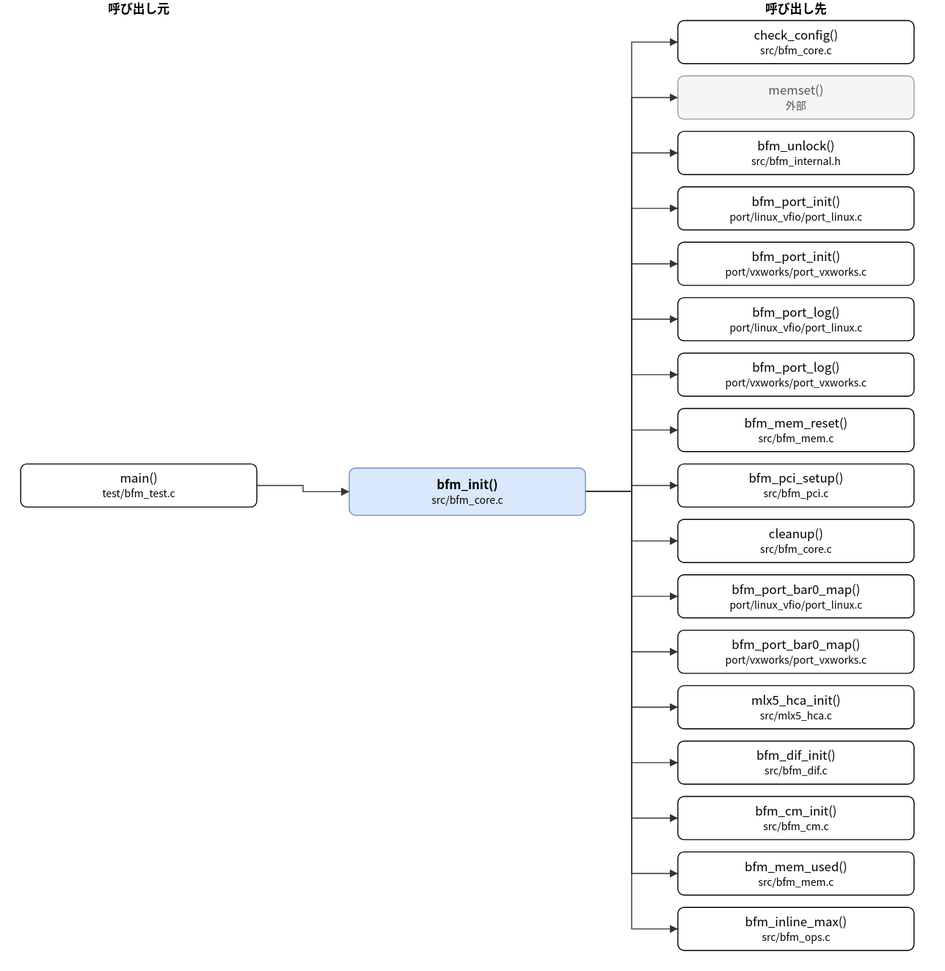
This is doc/spec/images/call_src_bfm_core-bfm_init.drawio.svg from hf355051012-ai/bfmem, a draw.io export, as it was before one commit. Source tidied: cells renumbered, new cells last; positions are measured from the earlier drawing's top-left corner, leaving out a move shared by most shapes.
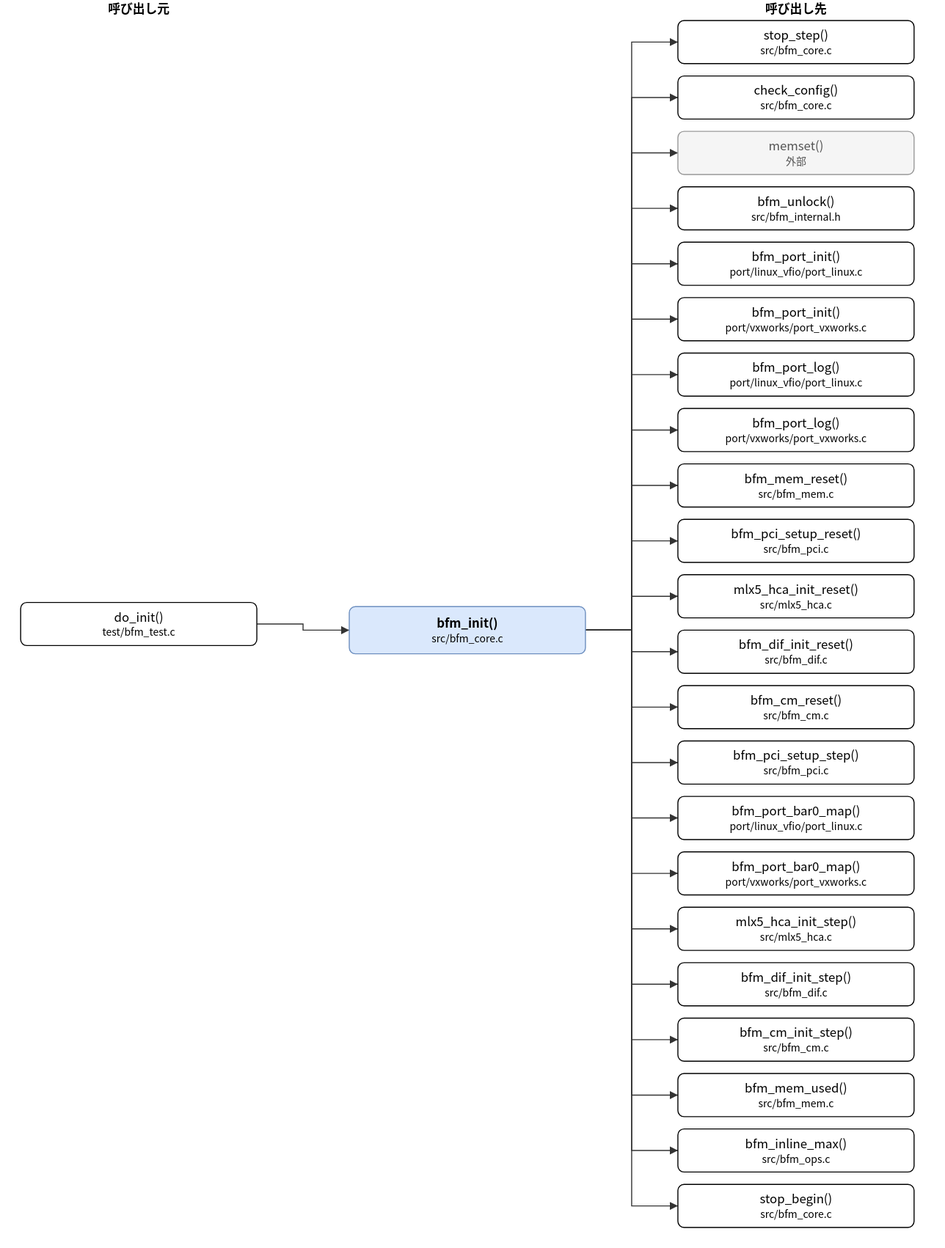
After the change.

What changed in the source:
```diff
@@ -5,58 +5,73 @@
     <mxCell id="2" value="bfm_init()&lt;br&gt;&lt;font style=&quot;font-size:10px&quot;&gt;src/bfm_core.c&lt;/font&gt;" style="rounded=1;whiteSpace=wrap;html=1;fillColor=#dae8fc;strokeColor=#6c8ebf;fontStyle=1;" parent="1" vertex="1">
-      <mxGeometry x="320" y="456" width="230" height="46" as="geometry" />
+      <mxGeometry x="320" y="591" width="230" height="46" as="geometry" />
     </mxCell>
-    <mxCell id="3" value="main()&lt;br&gt;&lt;font style=&quot;font-size:10px&quot;&gt;test/bfm_test.c&lt;/font&gt;" style="rounded=1;whiteSpace=wrap;html=1;" parent="1" vertex="1">
-      <mxGeometry y="452" width="230" height="42" as="geometry" />
+    <mxCell id="3" value="do_init()&lt;br&gt;&lt;font style=&quot;font-size:10px&quot;&gt;test/bfm_test.c&lt;/font&gt;" style="rounded=1;whiteSpace=wrap;html=1;" parent="1" vertex="1">
+      <mxGeometry y="587" width="230" height="42" as="geometry" />
     </mxCell>
-    <mxCell id="4" value="check_config()&lt;br&gt;&lt;font style=&quot;font-size:10px&quot;&gt;src/bfm_core.c&lt;/font&gt;" style="rounded=1;whiteSpace=wrap;html=1;" parent="1" vertex="1">
+    <mxCell id="4" value="stop_step()&lt;br&gt;&lt;font style=&quot;font-size:10px&quot;&gt;src/bfm_core.c&lt;/font&gt;" style="rounded=1;whiteSpace=wrap;html=1;" parent="1" vertex="1">
       <mxGeometry x="640" y="20" width="230" height="42" as="geometry" />
     </mxCell>
-    <mxCell id="5" value="memset()&lt;br&gt;&lt;font style=&quot;font-size:10px&quot;&gt;外部&lt;/font&gt;" style="rounded=1;whiteSpace=wrap;html=1;fillColor=#f5f5f5;strokeColor=#999999;fontColor=#555555;" parent="1" vertex="1">
+    <mxCell id="5" value="check_config()&lt;br&gt;&lt;font style=&quot;font-size:10px&quot;&gt;src/bfm_core.c&lt;/font&gt;" style="rounded=1;whiteSpace=wrap;html=1;" parent="1" vertex="1">
       <mxGeometry x="640" y="74" width="230" height="42" as="geometry" />
     </mxCell>
-    <mxCell id="6" value="bfm_unlock()&lt;br&gt;&lt;font style=&quot;font-size:10px&quot;&gt;src/bfm_internal.h&lt;/font&gt;" style="rounded=1;whiteSpace=wrap;html=1;" parent="1" vertex="1">
+    <mxCell id="6" value="memset()&lt;br&gt;&lt;font style=&quot;font-size:10px&quot;&gt;外部&lt;/font&gt;" style="rounded=1;whiteSpace=wrap;html=1;fillColor=#f5f5f5;strokeColor=#999999;fontColor=#555555;" parent="1" vertex="1">
       <mxGeometry x="640" y="128" width="230" height="42" as="geometry" />
     </mxCell>
-    <mxCell id="7" value="bfm_port_init()&lt;br&gt;&lt;font style=&quot;font-size:10px&quot;&gt;port/linux_vfio/port_linux.c&lt;/font&gt;" style="rounded=1;whiteSpace=wrap;html=1;" parent="1" vertex="1">
+    <mxCell id="7" value="bfm_unlock()&lt;br&gt;&lt;font style=&quot;font-size:10px&quot;&gt;src/bfm_internal.h&lt;/font&gt;" style="rounded=1;whiteSpace=wrap;html=1;" parent="1" vertex="1">
       <mxGeometry x="640" y="182" width="230" height="42" as="geometry" />
     </mxCell>
-    <mxCell id="8" value="bfm_port_init()&lt;br&gt;&lt;font style=&quot;font-size:10px&quot;&gt;port/vxworks/port_vxworks.c&lt;/font&gt;" style="rounded=1;whiteSpace=wrap;html=1;" parent="1" vertex="1">
+    <mxCell id="8" value="bfm_port_init()&lt;br&gt;&lt;font style=&quot;font-size:10px&quot;&gt;port/linux_vfio/port_linux.c&lt;/font&gt;" style="rounded=1;whiteSpace=wrap;html=1;" parent="1" vertex="1">
       <mxGeometry x="640" y="236" width="230" height="42" as="geometry" />
     </mxCell>
-    <mxCell id="9" value="bfm_port_log()&lt;br&gt;&lt;font style=&quot;font-size:10px&quot;&gt;port/linux_vfio/port_linux.c&lt;/font&gt;" style="rounded=1;whiteSpace=wrap;html=1;" parent="1" vertex="1">
+    <mxCell id="9" value="bfm_port_init()&lt;br&gt;&lt;font style=&quot;font-size:10px&quot;&gt;port/vxworks/port_vxworks.c&lt;/font&gt;" style="rounded=1;whiteSpace=wrap;html=1;" parent="1" vertex="1">
       <mxGeometry x="640" y="290" width="230" height="42" as="geometry" />
     </mxCell>
-    <mxCell id="10" value="bfm_port_log()&lt;br&gt;&lt;font style=&quot;font-size:10px&quot;&gt;port/vxworks/port_vxworks.c&lt;/font&gt;" style="rounded=1;whiteSpace=wrap;html=1;" parent="1" vertex="1">
+    <mxCell id="10" value="bfm_port_log()&lt;br&gt;&lt;font style=&quot;font-size:10px&quot;&gt;port/linux_vfio/port_linux.c&lt;/font&gt;" style="rounded=1;whiteSpace=wrap;html=1;" parent="1" vertex="1">
       <mxGeometry x="640" y="344" width="230" height="42" as="geometry" />
     </mxCell>
-    <mxCell id="11" value="bfm_mem_reset()&lt;br&gt;&lt;font style=&quot;font-size:10px&quot;&gt;src/bfm_mem.c&lt;/font&gt;" style="rounded=1;whiteSpace=wrap;html=1;" parent="1" vertex="1">
+    <mxCell id="11" value="bfm_port_log()&lt;br&gt;&lt;font style=&quot;font-size:10px&quot;&gt;port/vxworks/port_vxworks.c&lt;/font&gt;" style="rounded=1;whiteSpace=wrap;html=1;" parent="1" vertex="1">
       <mxGeometry x="640" y="398" width="230" height="42" as="geometry" />
     </mxCell>
-    <mxCell id="12" value="bfm_pci_setup()&lt;br&gt;&lt;font style=&quot;font-size:10px&quot;&gt;src/bfm_pci.c&lt;/font&gt;" style="rounded=1;whiteSpace=wrap;html=1;" parent="1" vertex="1">
+    <mxCell id="12" value="bfm_mem_reset()&lt;br&gt;&lt;font style=&quot;font-size:10px&quot;&gt;src/bfm_mem.c&lt;/font&gt;" style="rounded=1;whiteSpace=wrap;html=1;" parent="1" vertex="1">
       <mxGeometry x="640" y="452" width="230" height="42" as="geometry" />
     </mxCell>
-    <mxCell id="13" value="cleanup()&lt;br&gt;&lt;font style=&quot;font-size:10px&quot;&gt;src/bfm_core.c&lt;/font&gt;" style="rounded=1;whiteSpace=wrap;html=1;" parent="1" vertex="1">
+    <mxCell id="13" value="bfm_pci_setup_reset()&lt;br&gt;&lt;font style=&quot;font-size:10px&quot;&gt;src/bfm_pci.c&lt;/font&gt;" style="rounded=1;whiteSpace=wrap;html=1;" parent="1" vertex="1">
       <mxGeometry x="640" y="506" width="230" height="42" as="geometry" />
     </mxCell>
-    <mxCell id="14" value="bfm_port_bar0_map()&lt;br&gt;&lt;font style=&quot;font-size:10px&quot;&gt;port/linux_vfio/port_linux.c&lt;/font&gt;" style="rounded=1;whiteSpace=wrap;html=1;" parent="1" vertex="1">
+    <mxCell id="14" value="mlx5_hca_init_reset()&lt;br&gt;&lt;font style=&quot;font-size:10px&quot;&gt;src/mlx5_hca.c&lt;/font&gt;" style="rounded=1;whiteSpace=wrap;html=1;" parent="1" vertex="1">
       <mxGeometry x="640" y="560" width="230" height="42" as="geometry" />
     </mxCell>
-    <mxCell id="15" value="bfm_port_bar0_map()&lt;br&gt;&lt;font style=&quot;font-size:10px&quot;&gt;port/vxworks/port_vxworks.c&lt;/font&gt;" style="rounded=1;whiteSpace=wrap;html=1;" parent="1" vertex="1">
+    <mxCell id="15" value="bfm_dif_init_reset()&lt;br&gt;&lt;font style=&quot;font-size:10px&quot;&gt;src/bfm_dif.c&lt;/font&gt;" style="rounded=1;whiteSpace=wrap;html=1;" parent="1" vertex="1">
       <mxGeometry x="640" y="614" width="230" height="42" as="geometry" />
     </mxCell>
-    <mxCell id="16" value="mlx5_hca_init()&lt;br&gt;&lt;font style=&quot;font-size:10px&quot;&gt;src/mlx5_hca.c&lt;/font&gt;" style="rounded=1;whiteSpace=wrap;html=1;" parent="1" vertex="1">
+    <mxCell id="16" value="bfm_cm_reset()&lt;br&gt;&lt;font style=&quot;font-size:10px&quot;&gt;src/bfm_cm.c&lt;/font&gt;" style="rounded=1;whiteSpace=wrap;html=1;" parent="1" vertex="1">
       <mxGeometry x="640" y="668" width="230" height="42" as="geometry" />
     </mxCell>
-    <mxCell id="17" value="bfm_dif_init()&lt;br&gt;&lt;font style=&quot;font-size:10px&quot;&gt;src/bfm_dif.c&lt;/font&gt;" style="rounded=1;whiteSpace=wrap;html=1;" parent="1" vertex="1">
+    <mxCell id="17" value="bfm_pci_setup_step()&lt;br&gt;&lt;font style=&quot;font-size:10px&quot;&gt;src/bfm_pci.c&lt;/font&gt;" style="rounded=1;whiteSpace=wrap;html=1;" parent="1" vertex="1">
       <mxGeometry x="640" y="722" width="230" height="42" as="geometry" />
     </mxCell>
-    <mxCell id="18" value="bfm_cm_init()&lt;br&gt;&lt;font style=&quot;font-size:10px&quot;&gt;src/bfm_cm.c&lt;/font&gt;" style="rounded=1;whiteSpace=wrap;html=1;" parent="1" vertex="1">
+    <mxCell id="18" value="bfm_port_bar0_map()&lt;br&gt;&lt;font style=&quot;font-size:10px&quot;&gt;port/linux_vfio/port_linux.c&lt;/font&gt;" style="rounded=1;whiteSpace=wrap;html=1;" parent="1" vertex="1">
       <mxGeometry x="640" y="776" width="230" height="42" as="geometry" />
     </mxCell>
-    <mxCell id="19" value="bfm_mem_used()&lt;br&gt;&lt;font style=&quot;font-size:10px&quot;&gt;src/bfm_mem.c&lt;/font&gt;" style="rounded=1;whiteSpace=wrap;html=1;" parent="1" vertex="1">
+    <mxCell id="19" value="bfm_port_bar0_map()&lt;br&gt;&lt;font style=&quot;font-size:10px&quot;&gt;port/vxworks/port_vxworks.c&lt;/font&gt;" style="rounded=1;whiteSpace=wrap;html=1;" parent="1" vertex="1">
       <mxGeometry x="640" y="830" width="230" height="42" as="geometry" />
     </mxCell>
-    <mxCell id="20" value="bfm_inline_max()&lt;br&gt;&lt;font style=&quot;font-size:10px&quot;&gt;src/bfm_ops.c&lt;/font&gt;" style="rounded=1;whiteSpace=wrap;html=1;" parent="1" vertex="1">
+    <mxCell id="20" value="mlx5_hca_init_step()&lt;br&gt;&lt;font style=&quot;font-size:10px&quot;&gt;src/mlx5_hca.c&lt;/font&gt;" style="rounded=1;whiteSpace=wrap;html=1;" parent="1" vertex="1">
       <mxGeometry x="640" y="884" width="230" height="42" as="geometry" />
     </mxCell>
+    <mxCell id="41" value="bfm_dif_init_step()&lt;br&gt;&lt;font style=&quot;font-size:10px&quot;&gt;src/bfm_dif.c&lt;/font&gt;" style="rounded=1;whiteSpace=wrap;html=1;" parent="1" vertex="1">
+      <mxGeometry x="640" y="938" width="230" height="42" as="geometry" />
+    </mxCell>
+    <mxCell id="42" value="bfm_cm_init_step()&lt;br&gt;&lt;font style=&quot;font-size:10px&quot;&gt;src/bfm_cm.c&lt;/font&gt;" style="rounded=1;whiteSpace=wrap;html=1;" parent="1" vertex="1">
+      <mxGeometry x="640" y="992" width="230" height="42" as="geometry" />
+    </mxCell>
+    <mxCell id="43" value="bfm_mem_used()&lt;br&gt;&lt;font style=&quot;font-size:10px&quot;&gt;src/bfm_mem.c&lt;/font&gt;" style="rounded=1;whiteSpace=wrap;html=1;" parent="1" vertex="1">
+      <mxGeometry x="640" y="1046" width="230" height="42" as="geometry" />
+    </mxCell>
+    <mxCell id="44" value="bfm_inline_max()&lt;br&gt;&lt;font style=&quot;font-size:10px&quot;&gt;src/bfm_ops.c&lt;/font&gt;" style="rounded=1;whiteSpace=wrap;html=1;" parent="1" vertex="1">
+      <mxGeometry x="640" y="1100" width="230" height="42" as="geometry" />
+    </mxCell>
+    <mxCell id="45" value="stop_begin()&lt;br&gt;&lt;font style=&quot;font-size:10px&quot;&gt;src/bfm_core.c&lt;/font&gt;" style="rounded=1;whiteSpace=wrap;html=1;" parent="1" vertex="1">
+      <mxGeometry x="640" y="1154" width="230" height="42" as="geometry" />
+    </mxCell>
     <mxCell id="21" style="edgeStyle=none;html=1;rounded=0;endArrow=block;endFill=1;exitX=1.0000;exitY=0.5000;exitDx=0;exitDy=0;exitPerimeter=0;entryX=0.0000;entryY=0.5000;entryDx=0;entryDy=0;entryPerimeter=0;" parent="1" edge="1" source="3" target="2">
@@ -64,4 +79,4 @@
         <Array as="points">
-          <mxPoint x="275" y="473" />
-          <mxPoint x="275" y="479" />
+          <mxPoint x="275" y="608" />
+          <mxPoint x="275" y="614" />
         </Array>
@@ -72,3 +87,3 @@
         <Array as="points">
-          <mxPoint x="595" y="479" />
+          <mxPoint x="595" y="614" />
           <mxPoint x="595" y="41" />
@@ -80,3 +95,3 @@
         <Array as="points">
-          <mxPoint x="595" y="479" />
+          <mxPoint x="595" y="614" />
           <mxPoint x="595" y="95" />
@@ -88,3 +103,3 @@
         <Array as="points">
-          <mxPoint x="595" y="479" />
+          <mxPoint x="595" y="614" />
           <mxPoint x="595" y="149" />
@@ -96,3 +111,3 @@
         <Array as="points">
-          <mxPoint x="595" y="479" />
+          <mxPoint x="595" y="614" />
           <mxPoint x="595" y="203" />
@@ -104,3 +119,3 @@
         <Array as="points">
-          <mxPoint x="595" y="479" />
+          <mxPoint x="595" y="614" />
           <mxPoint x="595" y="257" />
@@ -112,3 +127,3 @@
         <Array as="points">
-          <mxPoint x="595" y="479" />
+          <mxPoint x="595" y="614" />
           <mxPoint x="595" y="311" />
@@ -120,3 +135,3 @@
         <Array as="points">
-          <mxPoint x="595" y="479" />
+          <mxPoint x="595" y="614" />
           <mxPoint x="595" y="365" />
@@ -128,3 +143,3 @@
         <Array as="points">
-          <mxPoint x="595" y="479" />
+          <mxPoint x="595" y="614" />
           <mxPoint x="595" y="419" />
@@ -136,3 +151,3 @@
         <Array as="points">
-          <mxPoint x="595" y="479" />
+          <mxPoint x="595" y="614" />
           <mxPoint x="595" y="473" />
@@ -144,3 +159,3 @@
         <Array as="points">
-          <mxPoint x="595" y="479" />
+          <mxPoint x="595" y="614" />
           <mxPoint x="595" y="527" />
@@ -152,3 +167,3 @@
         <Array as="points">
-          <mxPoint x="595" y="479" />
+          <mxPoint x="595" y="614" />
           <mxPoint x="595" y="581" />
@@ -160,3 +175,3 @@
         <Array as="points">
-          <mxPoint x="595" y="479" />
+          <mxPoint x="595" y="614" />
           <mxPoint x="595" y="635" />
@@ -168,3 +183,3 @@
         <Array as="points">
-          <mxPoint x="595" y="479" />
+          <mxPoint x="595" y="614" />
           <mxPoint x="595" y="689" />
@@ -176,3 +191,3 @@
         <Array as="points">
-          <mxPoint x="595" y="479" />
+          <mxPoint x="595" y="614" />
           <mxPoint x="595" y="743" />
@@ -184,3 +199,3 @@
         <Array as="points">
-          <mxPoint x="595" y="479" />
+          <mxPoint x="595" y="614" />
           <mxPoint x="595" y="797" />
@@ -192,3 +207,3 @@
         <Array as="points">
-          <mxPoint x="595" y="479" />
+          <mxPoint x="595" y="614" />
           <mxPoint x="595" y="851" />
@@ -200,3 +215,3 @@
         <Array as="points">
-          <mxPoint x="595" y="479" />
+          <mxPoint x="595" y="614" />
           <mxPoint x="595" y="905" />
@@ -205,2 +220,42 @@
     </mxCell>
+    <mxCell id="46" style="edgeStyle=none;html=1;rounded=0;endArrow=block;endFill=1;exitX=1.0000;exitY=0.5000;exitDx=0;exitDy=0;exitPerimeter=0;entryX=0.0000;entryY=0.5000;entryDx=0;entryDy=0;entryPerimeter=0;" parent="1" edge="1" source="2" target="41">
+      <mxGeometry relative="1" as="geometry">
+        <Array as="points">
+          <mxPoint x="595" y="614" />
+          <mxPoint x="595" y="959" />
+        </Array>
+      </mxGeometry>
+    </mxCell>
+    <mxCell id="47" style="edgeStyle=none;html=1;rounded=0;endArrow=block;endFill=1;exitX=1.0000;exitY=0.5000;exitDx=0;exitDy=0;exitPerimeter=0;entryX=0.0000;entryY=0.5000;entryDx=0;entryDy=0;entryPerimeter=0;" parent="1" edge="1" source="2" target="42">
+      <mxGeometry relative="1" as="geometry">
+        <Array as="points">
+          <mxPoint x="595" y="614" />
+          <mxPoint x="595" y="1013" />
+        </Array>
+      </mxGeometry>
+    </mxCell>
+    <mxCell id="48" style="edgeStyle=none;html=1;rounded=0;endArrow=block;endFill=1;exitX=1.0000;exitY=0.5000;exitDx=0;exitDy=0;exitPerimeter=0;entryX=0.0000;entryY=0.5000;entryDx=0;entryDy=0;entryPerimeter=0;" parent="1" edge="1" source="2" target="43">
+      <mxGeometry relative="1" as="geometry">
+        <Array as="points">
+          <mxPoint x="595" y="614" />
+          <mxPoint x="595" y="1067" />
+        </Array>
+      </mxGeometry>
+    </mxCell>
+    <mxCell id="49" style="edgeStyle=none;html=1;rounded=0;endArrow=block;endFill=1;exitX=1.0000;exitY=0.5000;exitDx=0;exitDy=0;exitPerimeter=0;entryX=0.0000;entryY=0.5000;entryDx=0;entryDy=0;entryPerimeter=0;" parent="1" edge="1" source="2" target="44">
+      <mxGeometry relative="1" as="geometry">
+        <Array as="points">
+          <mxPoint x="595" y="614" />
+          <mxPoint x="595" y="1121" />
+        </Array>
+      </mxGeometry>
+    </mxCell>
+    <mxCell id="50" style="edgeStyle=none;html=1;rounded=0;endArrow=block;endFill=1;exitX=1.0000;exitY=0.5000;exitDx=0;exitDy=0;exitPerimeter=0;entryX=0.0000;entryY=0.5000;entryDx=0;entryDy=0;entryPerimeter=0;" parent="1" edge="1" source="2" target="45">
+      <mxGeometry relative="1" as="geometry">
+        <Array as="points">
+          <mxPoint x="595" y="614" />
+          <mxPoint x="595" y="1175" />
+        </Array>
+      </mxGeometry>
+    </mxCell>
     <mxCell id="39" value="呼び出し元" style="text;html=1;align=center;fontStyle=1;" parent="1" vertex="1">
```
